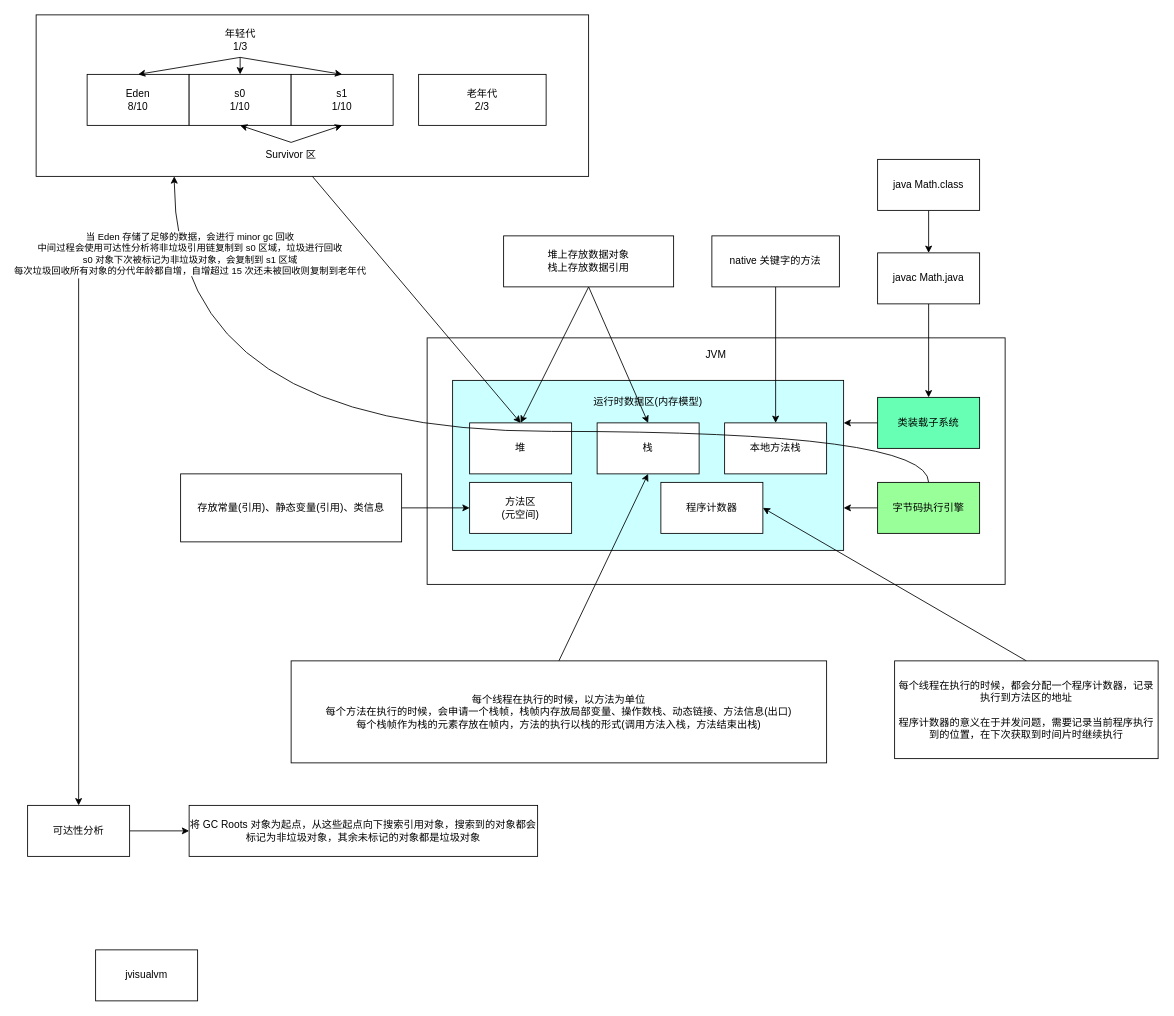
The draw.io diagram page "基础" (1 of 2) of Java/JVM.drawio in wubinglong9716/NoteBook, before the edit. Source tidied: cells renumbered, new cells numbered last; positions are measured from the earlier drawing's top-left corner, leaving out a move shared by most shapes. Both pictures are drawn from the tidied source at 85%, with x=0, y=0 at pixel (27, 14).
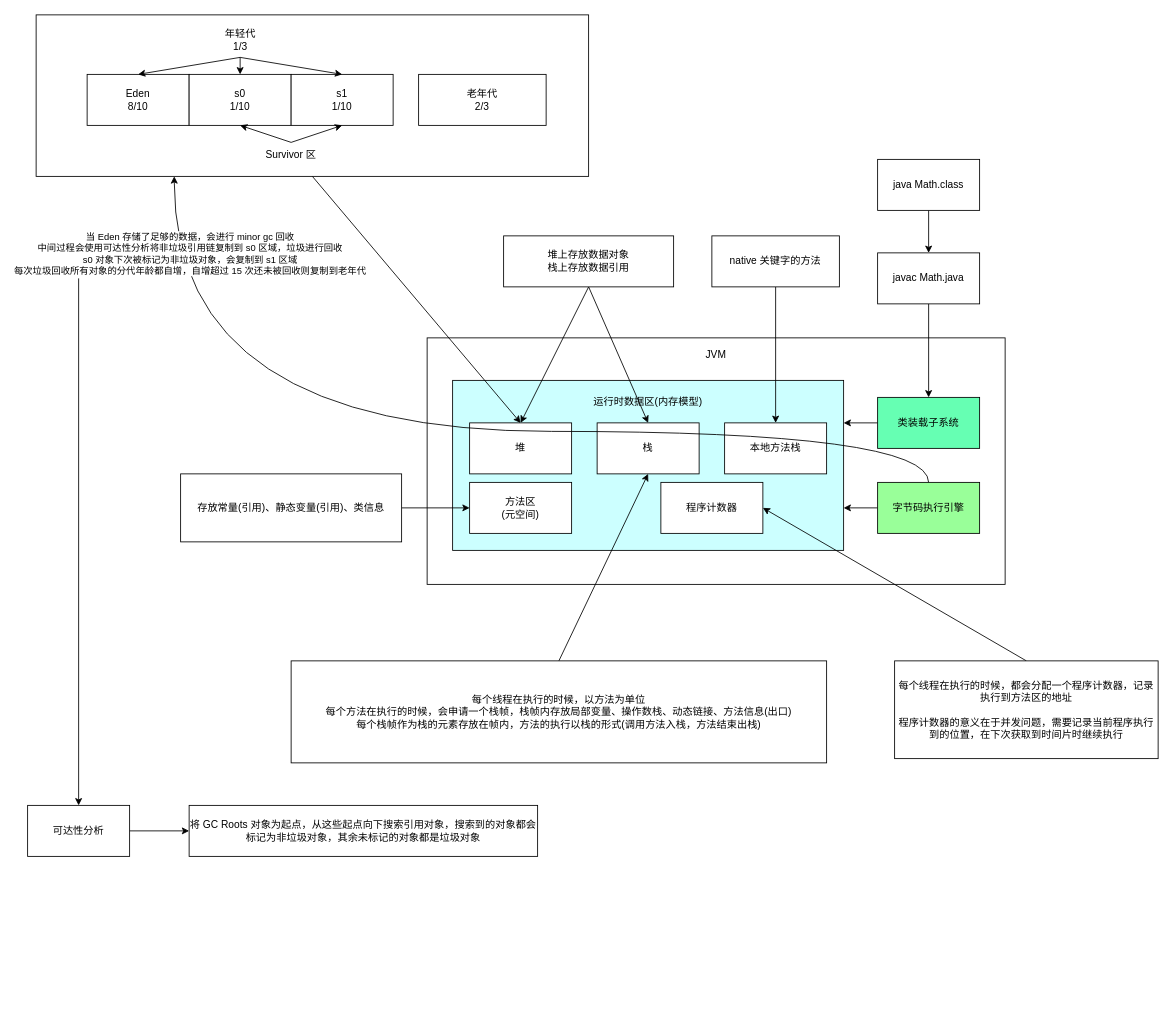
Above is the later version.

The edit, as a diff of the source:
```diff
@@
-    <mxCell id="49" value="jvisualvm" style="rounded=0;whiteSpace=wrap;html=1;fillColor=#FFFFFF;" parent="1" vertex="1">
-      <mxGeometry x="80" y="1100" width="120" height="60" as="geometry" />
-    </mxCell>
```
